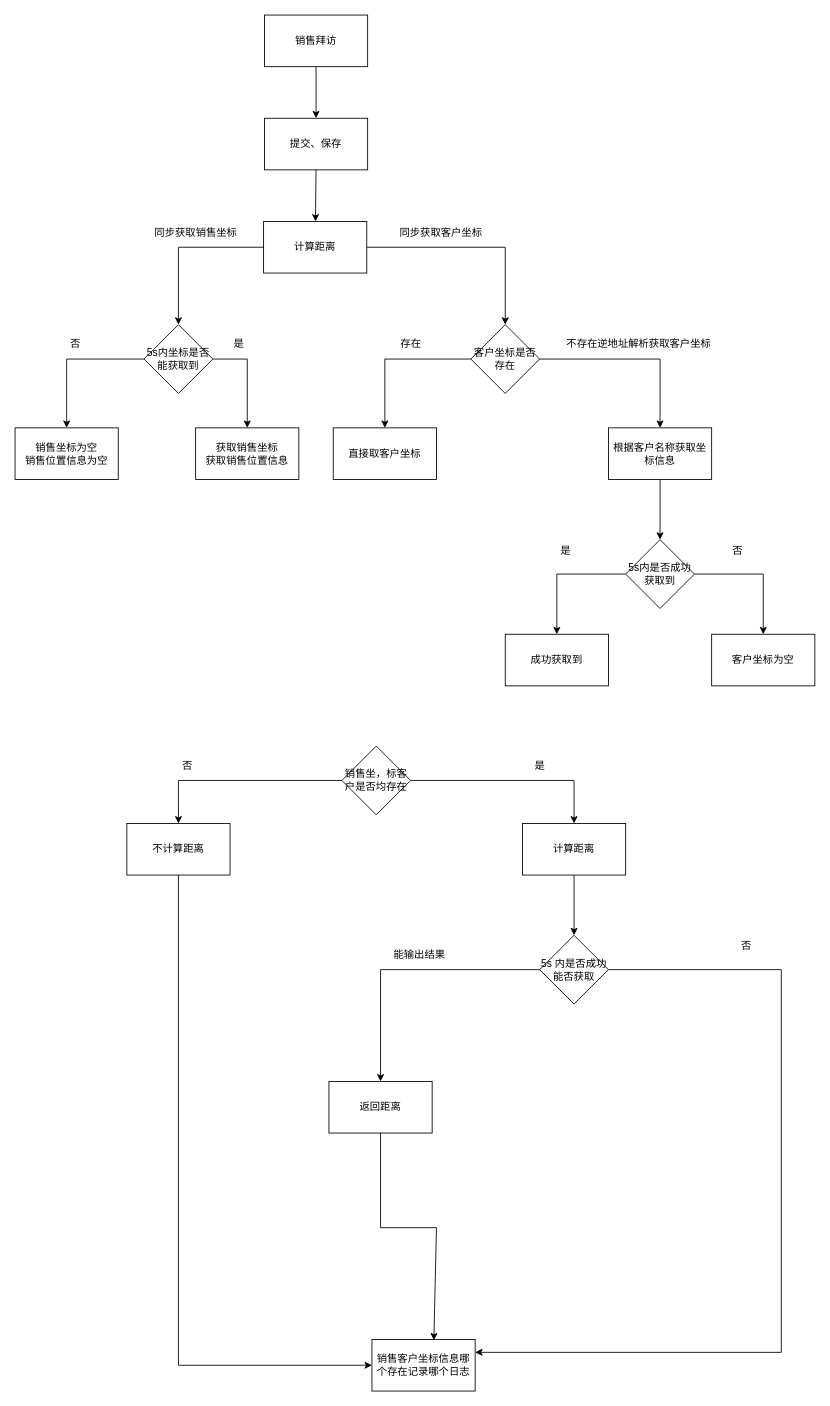
Above: 111/销售拜访提交.drawio in xiaoyanghao/xiaoyanghao.github.io (draw.io), before the change. Source tidied: cells renumbered, new cells numbered last; positions are measured from the earlier drawing's top-left corner, leaving out a move shared by most shapes. Both pictures are drawn from the tidied source at 86%, with x=0, y=0 at pixel (15, 15).
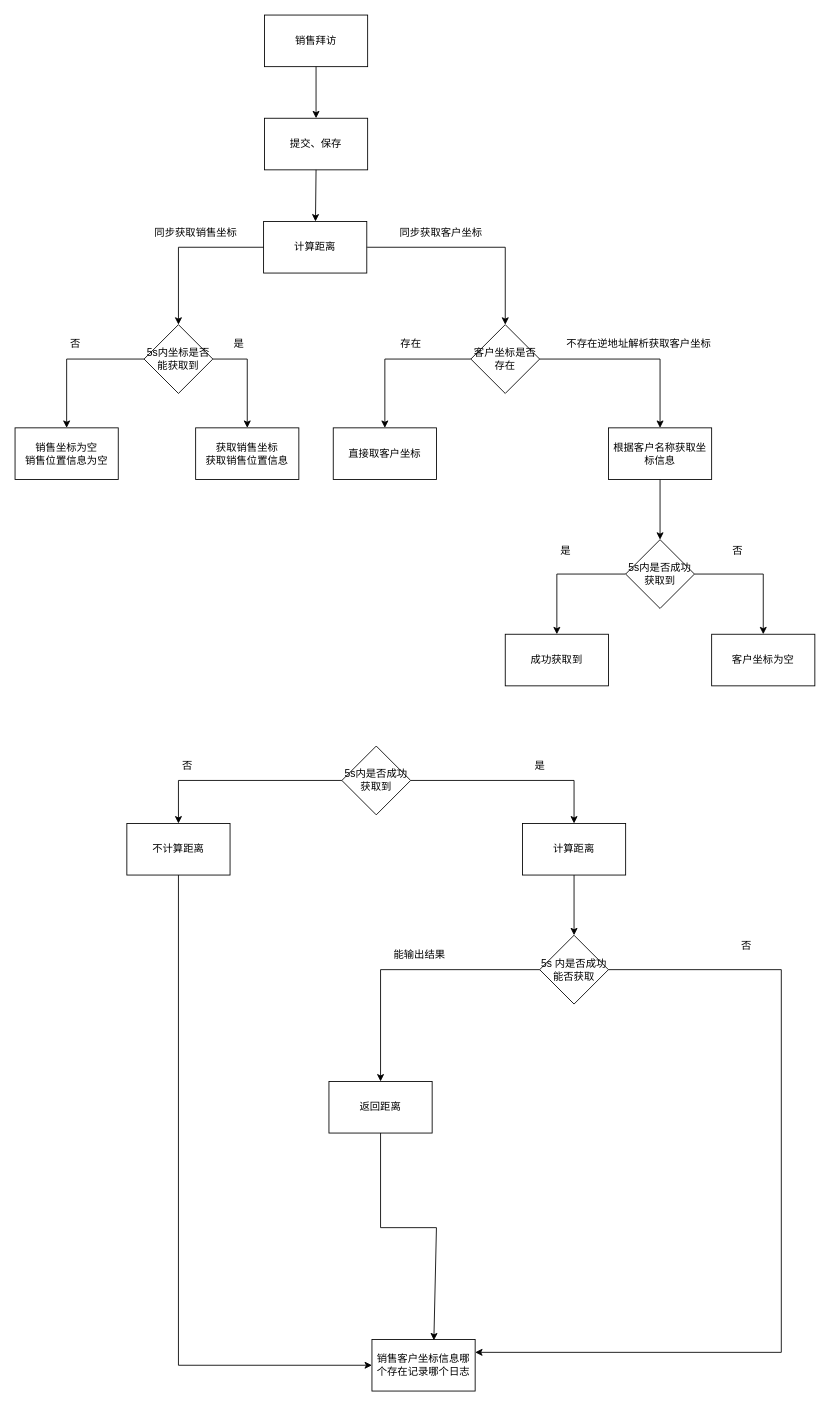
The same page after the edit.

Commit message:
更新销售拜访提交.drawio

Diff of the diagram source:
```diff
@@
-    <mxCell id="36" value="销售坐，标客户是否均存在" style="rhombus;whiteSpace=wrap;html=1;" parent="1" vertex="1">
+    <mxCell id="36" value="5s内是否成功获取到" style="rhombus;whiteSpace=wrap;html=1;" parent="1" vertex="1">
       <mxGeometry x="380" y="850" width="80" height="80" as="geometry" />
     </mxCell>
```
